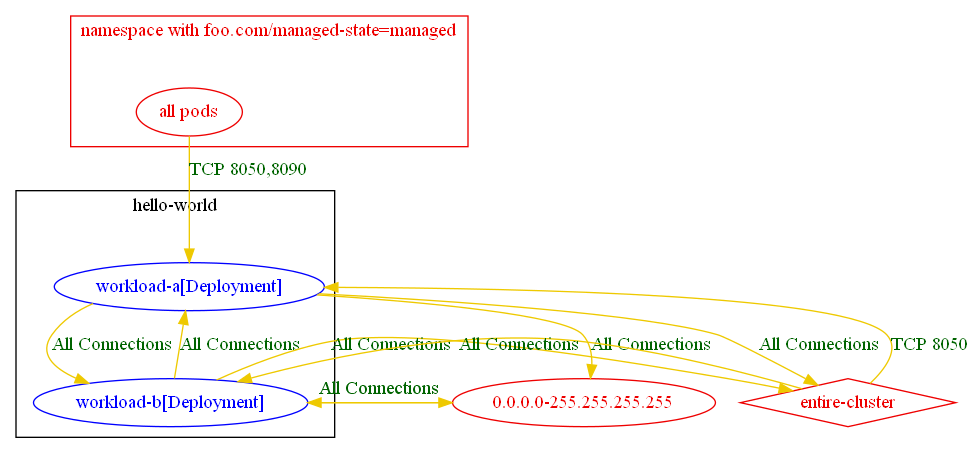
Earlier version of the Graphviz export test_outputs/connlist/exposure_test_new_namespace_conn_and_entire_cluster_connlist_output.dot.png (np-guard/netpol-analyzer). Its source is kept beside it as test_outputs/connlist/exposure_test_new_namespace_conn_and_entire_cluster_connlist_output.dot. Source of this version:
```dot
digraph {
	subgraph "cluster_hello_world" {
		color="black"
		fontcolor="black"
		"hello-world/workload-a[Deployment]" [label="workload-a[Deployment]" color="blue" fontcolor="blue"]
		"hello-world/workload-b[Deployment]" [label="workload-b[Deployment]" color="blue" fontcolor="blue"]
		label="hello-world"
	}
	subgraph "cluster_namespace with foo.com/managed_state=managed" {
		color="red2"
		fontcolor="red2"
		"all pods_in_foo.com/managed-state=managed" [label="all pods" color="red2" fontcolor="red2"]
		label="namespace with foo.com/managed-state=managed"
	}
	"0.0.0.0-255.255.255.255" [label="0.0.0.0-255.255.255.255" color="red2" fontcolor="red2"]
	"entire-cluster" [label="entire-cluster" color="red2" fontcolor="red2" shape=diamond]
	"0.0.0.0-255.255.255.255" -> "hello-world/workload-b[Deployment]" [label="All Connections" color="gold2" fontcolor="darkgreen"]
	"all pods_in_foo.com/managed-state=managed" -> "hello-world/workload-a[Deployment]" [label="TCP 8050,8090" color="gold2" fontcolor="darkgreen"]
	"entire-cluster" -> "hello-world/workload-a[Deployment]" [label="TCP 8050" color="gold2" fontcolor="darkgreen"]
	"entire-cluster" -> "hello-world/workload-b[Deployment]" [label="All Connections" color="gold2" fontcolor="darkgreen"]
	"hello-world/workload-a[Deployment]" -> "0.0.0.0-255.255.255.255" [label="All Connections" color="gold2" fontcolor="darkgreen"]
	"hello-world/workload-a[Deployment]" -> "entire-cluster" [label="All Connections" color="gold2" fontcolor="darkgreen"]
	"hello-world/workload-a[Deployment]" -> "hello-world/workload-b[Deployment]" [label="All Connections" color="gold2" fontcolor="darkgreen"]
	"hello-world/workload-b[Deployment]" -> "0.0.0.0-255.255.255.255" [label="All Connections" color="gold2" fontcolor="darkgreen"]
	"hello-world/workload-b[Deployment]" -> "entire-cluster" [label="All Connections" color="gold2" fontcolor="darkgreen"]
	"hello-world/workload-b[Deployment]" -> "hello-world/workload-a[Deployment]" [label="All Connections" color="gold2" fontcolor="darkgreen"]
}
```
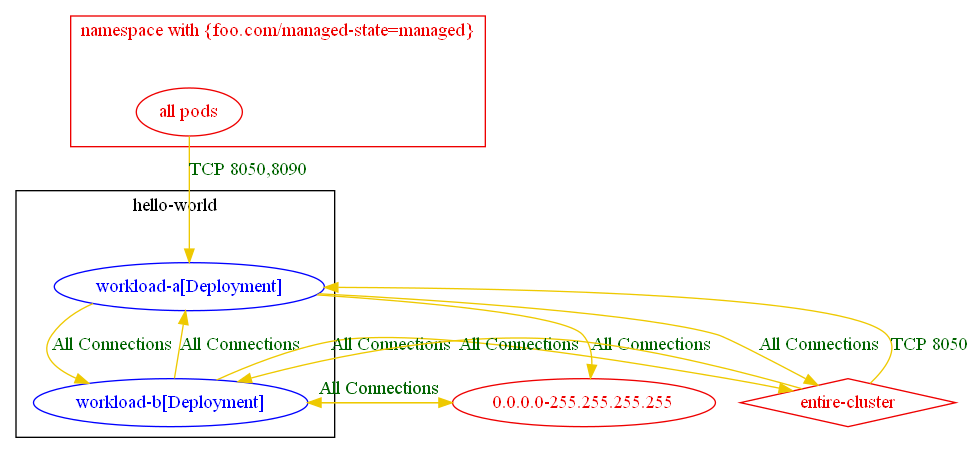
Later version of the same file.

Change to the diagram source:
```diff
@@ -6,16 +6,16 @@
 		"hello-world/workload-b[Deployment]" [label="workload-b[Deployment]" color="blue" fontcolor="blue"]
 		label="hello-world"
 	}
-	subgraph "cluster_namespace with foo.com/managed_state=managed" {
+	subgraph "cluster_namespace with {foo.com/managed_state=managed}" {
 		color="red2"
 		fontcolor="red2"
-		"all pods_in_foo.com/managed-state=managed" [label="all pods" color="red2" fontcolor="red2"]
-		label="namespace with foo.com/managed-state=managed"
+		"all pods_in_namespace with {foo.com/managed-state=managed}" [label="all pods" color="red2" fontcolor="red2"]
+		label="namespace with {foo.com/managed-state=managed}"
 	}
 	"0.0.0.0-255.255.255.255" [label="0.0.0.0-255.255.255.255" color="red2" fontcolor="red2"]
 	"entire-cluster" [label="entire-cluster" color="red2" fontcolor="red2" shape=diamond]
 	"0.0.0.0-255.255.255.255" -> "hello-world/workload-b[Deployment]" [label="All Connections" color="gold2" fontcolor="darkgreen"]
-	"all pods_in_foo.com/managed-state=managed" -> "hello-world/workload-a[Deployment]" [label="TCP 8050,8090" color="gold2" fontcolor="darkgreen"]
+	"all pods_in_namespace with {foo.com/managed-state=managed}" -> "hello-world/workload-a[Deployment]" [label="TCP 8050,8090" color="gold2" fontcolor="darkgreen"]
 	"entire-cluster" -> "hello-world/workload-a[Deployment]" [label="TCP 8050" color="gold2" fontcolor="darkgreen"]
 	"entire-cluster" -> "hello-world/workload-b[Deployment]" [label="All Connections" color="gold2" fontcolor="darkgreen"]
 	"hello-world/workload-a[Deployment]" -> "0.0.0.0-255.255.255.255" [label="All Connections" color="gold2" fontcolor="darkgreen"]
```
